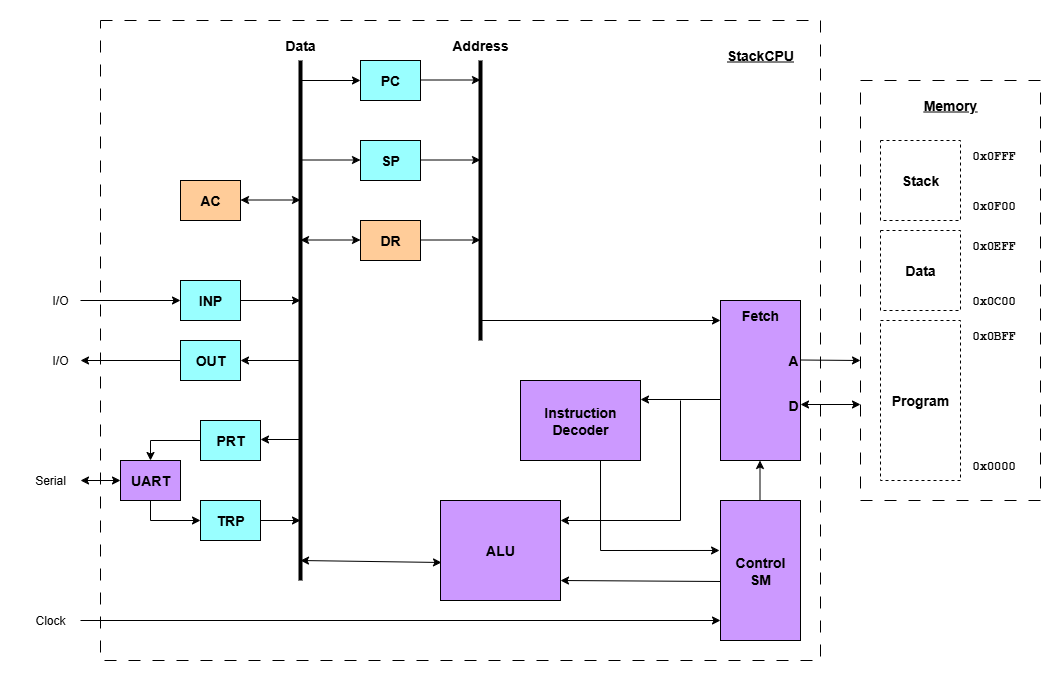
Earlier version of the draw.io export docs/StackCPU-Architecture.png (dervish77/StackCPU). Source tidied: cells renumbered, new cells last; positions are measured from the earlier drawing's top-left corner, leaving out a move shared by most shapes. The source it was exported from:
```xml
<mxGraphModel>
  <root>
    <mxCell id="0" />
    <mxCell id="1" parent="0" />
    <mxCell id="2" style="rounded=0;whiteSpace=wrap;html=1;dashed=1;dashPattern=12 12;" parent="1" vertex="1">
      <mxGeometry x="840" y="60" width="180" height="420" as="geometry" />
    </mxCell>
    <mxCell id="3" style="rounded=0;whiteSpace=wrap;html=1;dashed=1;dashPattern=12 12;" parent="1" vertex="1">
      <mxGeometry x="80" width="720" height="640" as="geometry" />
    </mxCell>
    <mxCell id="4" value="&lt;font style=&quot;font-size: 14px;&quot;&gt;&lt;b&gt;PC&lt;/b&gt;&lt;/font&gt;" style="rounded=0;whiteSpace=wrap;html=1;fillColor=#99FFFF;" parent="1" vertex="1">
      <mxGeometry x="340" y="40" width="60" height="40" as="geometry" />
    </mxCell>
    <mxCell id="5" value="&lt;font style=&quot;font-size: 14px;&quot;&gt;&lt;b&gt;Stack&lt;/b&gt;&lt;/font&gt;" style="rounded=0;whiteSpace=wrap;html=1;dashed=1;" parent="1" vertex="1">
      <mxGeometry x="860" y="120" width="80" height="80" as="geometry" />
    </mxCell>
    <mxCell id="6" value="&lt;font style=&quot;font-size: 14px;&quot;&gt;&lt;b&gt;Data&lt;/b&gt;&lt;/font&gt;" style="rounded=0;whiteSpace=wrap;html=1;dashed=1;" parent="1" vertex="1">
      <mxGeometry x="860" y="210" width="80" height="80" as="geometry" />
    </mxCell>
    <mxCell id="7" value="&lt;font style=&quot;font-size: 14px;&quot;&gt;&lt;b&gt;Program&lt;/b&gt;&lt;/font&gt;" style="rounded=0;whiteSpace=wrap;html=1;dashed=1;" parent="1" vertex="1">
      <mxGeometry x="860" y="300" width="80" height="160" as="geometry" />
    </mxCell>
    <mxCell id="8" value="&lt;b style=&quot;font-family: &amp;quot;Courier New&amp;quot;;&quot;&gt;0x0000&lt;/b&gt;" style="text;html=1;align=left;verticalAlign=middle;whiteSpace=wrap;rounded=0;imageAlign=right;" parent="1" vertex="1">
      <mxGeometry x="950" y="430" width="60" height="30" as="geometry" />
    </mxCell>
    <mxCell id="9" value="&lt;b style=&quot;font-family: &amp;quot;Courier New&amp;quot;;&quot;&gt;0x0BFF&lt;/b&gt;" style="text;html=1;align=left;verticalAlign=middle;whiteSpace=wrap;rounded=0;imageAlign=right;" parent="1" vertex="1">
      <mxGeometry x="950" y="300" width="60" height="30" as="geometry" />
    </mxCell>
    <mxCell id="10" value="&lt;b style=&quot;font-family: &amp;quot;Courier New&amp;quot;;&quot;&gt;0x0C00&lt;/b&gt;" style="text;html=1;align=left;verticalAlign=middle;whiteSpace=wrap;rounded=0;imageAlign=right;" parent="1" vertex="1">
      <mxGeometry x="950" y="265" width="60" height="30" as="geometry" />
    </mxCell>
    <mxCell id="11" value="&lt;b style=&quot;font-family: &amp;quot;Courier New&amp;quot;;&quot;&gt;0x0EFF&lt;/b&gt;" style="text;html=1;align=left;verticalAlign=middle;whiteSpace=wrap;rounded=0;imageAlign=right;" parent="1" vertex="1">
      <mxGeometry x="950" y="210" width="60" height="30" as="geometry" />
    </mxCell>
    <mxCell id="12" value="&lt;b style=&quot;font-family: &amp;quot;Courier New&amp;quot;;&quot;&gt;0x0F00&lt;/b&gt;" style="text;html=1;align=left;verticalAlign=middle;whiteSpace=wrap;rounded=0;imageAlign=right;" parent="1" vertex="1">
      <mxGeometry x="950" y="170" width="60" height="30" as="geometry" />
    </mxCell>
    <mxCell id="13" value="&lt;b style=&quot;font-family: &amp;quot;Courier New&amp;quot;;&quot;&gt;0x0FFF&lt;/b&gt;" style="text;html=1;align=left;verticalAlign=middle;whiteSpace=wrap;rounded=0;imageAlign=right;" parent="1" vertex="1">
      <mxGeometry x="950" y="120" width="60" height="30" as="geometry" />
    </mxCell>
    <mxCell id="14" value="&lt;font style=&quot;font-size: 14px;&quot;&gt;&lt;b&gt;SP&lt;/b&gt;&lt;/font&gt;" style="rounded=0;whiteSpace=wrap;html=1;fillColor=#99FFFF;" parent="1" vertex="1">
      <mxGeometry x="340" y="120" width="60" height="40" as="geometry" />
    </mxCell>
    <mxCell id="15" value="&lt;font style=&quot;font-size: 14px;&quot;&gt;&lt;b&gt;DR&lt;/b&gt;&lt;/font&gt;" style="rounded=0;whiteSpace=wrap;html=1;fillColor=#FFCC99;" parent="1" vertex="1">
      <mxGeometry x="340" y="200" width="60" height="40" as="geometry" />
    </mxCell>
    <mxCell id="16" value="&lt;font style=&quot;font-size: 14px;&quot;&gt;&lt;b&gt;AC&lt;/b&gt;&lt;/font&gt;" style="rounded=0;whiteSpace=wrap;html=1;fillColor=#FFCC99;" parent="1" vertex="1">
      <mxGeometry x="160" y="160" width="60" height="40" as="geometry" />
    </mxCell>
    <mxCell id="17" value="&lt;font style=&quot;font-size: 14px;&quot;&gt;&lt;b&gt;INP&lt;/b&gt;&lt;/font&gt;" style="rounded=0;whiteSpace=wrap;html=1;fillColor=#99FFFF;" parent="1" vertex="1">
      <mxGeometry x="160" y="260" width="60" height="40" as="geometry" />
    </mxCell>
    <mxCell id="18" value="&lt;font style=&quot;font-size: 14px;&quot;&gt;&lt;b&gt;OUT&lt;/b&gt;&lt;/font&gt;" style="rounded=0;whiteSpace=wrap;html=1;fillColor=#99FFFF;" parent="1" vertex="1">
      <mxGeometry x="160" y="320" width="60" height="40" as="geometry" />
    </mxCell>
    <mxCell id="19" value="&lt;font style=&quot;font-size: 14px;&quot;&gt;&lt;b&gt;PRT&lt;/b&gt;&lt;/font&gt;" style="rounded=0;whiteSpace=wrap;html=1;fillColor=#99FFFF;" parent="1" vertex="1">
      <mxGeometry x="180" y="400" width="60" height="40" as="geometry" />
    </mxCell>
    <mxCell id="20" value="&lt;font style=&quot;font-size: 14px;&quot;&gt;&lt;b&gt;ALU&lt;/b&gt;&lt;/font&gt;" style="rounded=0;whiteSpace=wrap;html=1;fillColor=#CC99FF;" parent="1" vertex="1">
      <mxGeometry x="420" y="480" width="120" height="100" as="geometry" />
    </mxCell>
    <mxCell id="21" value="&lt;font style=&quot;font-size: 14px;&quot;&gt;&lt;b&gt;Instruction&lt;/b&gt;&lt;/font&gt;&lt;div&gt;&lt;font style=&quot;font-size: 14px;&quot;&gt;&lt;b&gt;Decoder&lt;/b&gt;&lt;/font&gt;&lt;/div&gt;" style="rounded=0;whiteSpace=wrap;html=1;fillColor=#CC99FF;" parent="1" vertex="1">
      <mxGeometry x="500" y="360" width="120" height="80" as="geometry" />
    </mxCell>
    <mxCell id="22" value="&lt;font style=&quot;font-size: 14px;&quot;&gt;&lt;b&gt;Fetch&lt;/b&gt;&lt;/font&gt;" style="rounded=0;whiteSpace=wrap;html=1;verticalAlign=top;fillColor=#CC99FF;" parent="1" vertex="1">
      <mxGeometry x="700" y="280" width="80" height="160" as="geometry" />
    </mxCell>
    <mxCell id="23" value="&lt;font style=&quot;font-size: 14px;&quot;&gt;&lt;b&gt;Control&lt;/b&gt;&lt;/font&gt;&lt;div&gt;&lt;font style=&quot;font-size: 14px;&quot;&gt;&lt;b&gt;SM&lt;/b&gt;&lt;/font&gt;&lt;/div&gt;" style="rounded=0;whiteSpace=wrap;html=1;fillColor=#CC99FF;" parent="1" vertex="1">
      <mxGeometry x="700" y="480" width="80" height="140" as="geometry" />
    </mxCell>
    <mxCell id="24" style="endArrow=none;html=1;rounded=0;strokeWidth=4;" parent="1" edge="1">
      <mxGeometry relative="1" as="geometry">
        <mxPoint x="280" y="560" as="sourcePoint" />
        <mxPoint x="280" y="40" as="targetPoint" />
      </mxGeometry>
    </mxCell>
    <mxCell id="25" style="endArrow=none;html=1;rounded=0;strokeWidth=4;" parent="1" edge="1">
      <mxGeometry relative="1" as="geometry">
        <mxPoint x="460" y="320" as="sourcePoint" />
        <mxPoint x="460" y="40" as="targetPoint" />
      </mxGeometry>
    </mxCell>
    <mxCell id="26" value="&lt;font style=&quot;font-size: 14px;&quot;&gt;&lt;b&gt;Data&lt;/b&gt;&lt;/font&gt;" style="text;html=1;align=center;verticalAlign=middle;whiteSpace=wrap;rounded=0;" parent="1" vertex="1">
      <mxGeometry x="250" y="10" width="60" height="30" as="geometry" />
    </mxCell>
    <mxCell id="27" value="&lt;font style=&quot;font-size: 14px;&quot;&gt;&lt;b&gt;Address&lt;/b&gt;&lt;/font&gt;" style="text;html=1;align=center;verticalAlign=middle;whiteSpace=wrap;rounded=0;" parent="1" vertex="1">
      <mxGeometry x="430" y="10" width="60" height="30" as="geometry" />
    </mxCell>
    <mxCell id="28" style="endArrow=classic;html=1;rounded=0;entryX=0;entryY=0.5;entryDx=0;entryDy=0;" parent="1" edge="1" target="4">
      <mxGeometry relative="1" as="geometry">
        <mxPoint x="280" y="60" as="sourcePoint" />
      </mxGeometry>
    </mxCell>
    <mxCell id="29" style="endArrow=classic;html=1;rounded=0;entryX=0;entryY=0.5;entryDx=0;entryDy=0;" parent="1" edge="1">
      <mxGeometry relative="1" as="geometry">
        <mxPoint x="280" y="139.5" as="sourcePoint" />
        <mxPoint x="340" y="139.5" as="targetPoint" />
      </mxGeometry>
    </mxCell>
    <mxCell id="30" style="endArrow=classic;html=1;rounded=0;entryX=0;entryY=0.5;entryDx=0;entryDy=0;" parent="1" edge="1">
      <mxGeometry relative="1" as="geometry">
        <mxPoint x="400" y="59.5" as="sourcePoint" />
        <mxPoint x="460" y="59.5" as="targetPoint" />
      </mxGeometry>
    </mxCell>
    <mxCell id="31" style="endArrow=classic;html=1;rounded=0;entryX=0;entryY=0.5;entryDx=0;entryDy=0;" parent="1" edge="1">
      <mxGeometry relative="1" as="geometry">
        <mxPoint x="400" y="139.5" as="sourcePoint" />
        <mxPoint x="460" y="139.5" as="targetPoint" />
      </mxGeometry>
    </mxCell>
    <mxCell id="32" style="endArrow=classic;html=1;rounded=0;entryX=0;entryY=0.5;entryDx=0;entryDy=0;" parent="1" edge="1">
      <mxGeometry relative="1" as="geometry">
        <mxPoint x="400" y="219.5" as="sourcePoint" />
        <mxPoint x="460" y="219.5" as="targetPoint" />
      </mxGeometry>
    </mxCell>
    <mxCell id="33" style="endArrow=classic;html=1;rounded=0;" parent="1" edge="1">
      <mxGeometry relative="1" as="geometry">
        <mxPoint x="460" y="300" as="sourcePoint" />
        <mxPoint x="700" y="300" as="targetPoint" />
      </mxGeometry>
    </mxCell>
    <mxCell id="34" value="&lt;font style=&quot;font-size: 14px;&quot;&gt;&lt;b&gt;A&lt;/b&gt;&lt;/font&gt;" style="text;html=1;align=right;verticalAlign=middle;whiteSpace=wrap;rounded=0;" parent="1" vertex="1">
      <mxGeometry x="720" y="325" width="60" height="30" as="geometry" />
    </mxCell>
    <mxCell id="35" value="&lt;font style=&quot;font-size: 14px;&quot;&gt;&lt;b&gt;D&lt;/b&gt;&lt;/font&gt;" style="text;html=1;align=right;verticalAlign=middle;whiteSpace=wrap;rounded=0;" parent="1" vertex="1">
      <mxGeometry x="720" y="370" width="60" height="30" as="geometry" />
    </mxCell>
    <mxCell id="36" style="endArrow=classic;html=1;rounded=0;" parent="1" edge="1">
      <mxGeometry relative="1" as="geometry">
        <mxPoint x="780" y="339.5" as="sourcePoint" />
        <mxPoint x="840" y="340" as="targetPoint" />
      </mxGeometry>
    </mxCell>
    <mxCell id="37" style="endArrow=classic;startArrow=classic;html=1;rounded=0;" parent="1" edge="1">
      <mxGeometry relative="1" as="geometry">
        <mxPoint x="780" y="384" as="sourcePoint" />
        <mxPoint x="840" y="384" as="targetPoint" />
      </mxGeometry>
    </mxCell>
    <mxCell id="38" style="endArrow=classic;html=1;rounded=0;" parent="1" edge="1">
      <mxGeometry relative="1" as="geometry">
        <mxPoint x="280" y="340" as="sourcePoint" />
        <mxPoint x="220" y="340" as="targetPoint" />
      </mxGeometry>
    </mxCell>
    <mxCell id="39" style="endArrow=classic;html=1;rounded=0;entryX=0;entryY=0.5;entryDx=0;entryDy=0;" parent="1" edge="1">
      <mxGeometry relative="1" as="geometry">
        <mxPoint x="220" y="280" as="sourcePoint" />
        <mxPoint x="280" y="280" as="targetPoint" />
      </mxGeometry>
    </mxCell>
    <mxCell id="40" style="endArrow=classic;html=1;rounded=0;" parent="1" edge="1">
      <mxGeometry relative="1" as="geometry">
        <mxPoint x="280" y="419" as="sourcePoint" />
        <mxPoint x="240" y="419" as="targetPoint" />
      </mxGeometry>
    </mxCell>
    <mxCell id="41" style="endArrow=classic;startArrow=classic;html=1;rounded=0;" parent="1" edge="1">
      <mxGeometry relative="1" as="geometry">
        <mxPoint x="220" y="179.5" as="sourcePoint" />
        <mxPoint x="280" y="179.5" as="targetPoint" />
      </mxGeometry>
    </mxCell>
    <mxCell id="42" style="endArrow=classic;startArrow=classic;html=1;rounded=0;" parent="1" edge="1">
      <mxGeometry relative="1" as="geometry">
        <mxPoint x="280" y="219.5" as="sourcePoint" />
        <mxPoint x="340" y="219.5" as="targetPoint" />
      </mxGeometry>
    </mxCell>
    <mxCell id="43" style="endArrow=classic;html=1;rounded=0;" parent="1" edge="1">
      <mxGeometry relative="1" as="geometry">
        <mxPoint x="700" y="379" as="sourcePoint" />
        <mxPoint x="620" y="379" as="targetPoint" />
      </mxGeometry>
    </mxCell>
    <mxCell id="44" style="endArrow=classic;html=1;rounded=0;" parent="1" edge="1">
      <mxGeometry relative="1" as="geometry">
        <mxPoint x="700" y="561" as="sourcePoint" />
        <mxPoint x="540" y="560" as="targetPoint" />
      </mxGeometry>
    </mxCell>
    <mxCell id="45" style="endArrow=classic;html=1;rounded=0;" parent="1" edge="1">
      <mxGeometry relative="1" as="geometry">
        <mxPoint x="739.5" y="480" as="sourcePoint" />
        <mxPoint x="739.5" y="440" as="targetPoint" />
      </mxGeometry>
    </mxCell>
    <mxCell id="46" style="endArrow=classic;startArrow=classic;html=1;rounded=0;" parent="1" edge="1">
      <mxGeometry relative="1" as="geometry">
        <mxPoint x="280" y="540" as="sourcePoint" />
        <mxPoint x="421" y="542" as="targetPoint" />
      </mxGeometry>
    </mxCell>
    <mxCell id="47" style="endArrow=none;html=1;rounded=0;" parent="1" edge="1">
      <mxGeometry relative="1" as="geometry">
        <mxPoint x="660" y="500" as="sourcePoint" />
        <mxPoint x="660" y="380" as="targetPoint" />
      </mxGeometry>
    </mxCell>
    <mxCell id="48" style="endArrow=classic;html=1;rounded=0;" parent="1" edge="1">
      <mxGeometry relative="1" as="geometry">
        <mxPoint x="660" y="500" as="sourcePoint" />
        <mxPoint x="540" y="500" as="targetPoint" />
      </mxGeometry>
    </mxCell>
    <mxCell id="49" style="endArrow=classic;html=1;rounded=0;" parent="1" edge="1">
      <mxGeometry relative="1" as="geometry">
        <mxPoint x="160" y="340" as="sourcePoint" />
        <mxPoint x="60" y="340" as="targetPoint" />
      </mxGeometry>
    </mxCell>
    <mxCell id="50" style="endArrow=classic;html=1;rounded=0;entryX=0;entryY=0.5;entryDx=0;entryDy=0;" parent="1" edge="1" target="17">
      <mxGeometry relative="1" as="geometry">
        <mxPoint x="60" y="280" as="sourcePoint" />
      </mxGeometry>
    </mxCell>
    <mxCell id="51" value="&lt;font&gt;&lt;b&gt;&lt;u&gt;Memory&lt;/u&gt;&lt;/b&gt;&lt;/font&gt;" style="text;html=1;align=center;verticalAlign=middle;whiteSpace=wrap;rounded=0;fontSize=14;" parent="1" vertex="1">
      <mxGeometry x="900" y="70" width="60" height="30" as="geometry" />
    </mxCell>
    <mxCell id="52" value="I/O" style="text;html=1;align=center;verticalAlign=middle;whiteSpace=wrap;rounded=0;" parent="1" vertex="1">
      <mxGeometry x="10" y="265" width="60" height="30" as="geometry" />
    </mxCell>
    <mxCell id="53" value="I/O" style="text;html=1;align=center;verticalAlign=middle;whiteSpace=wrap;rounded=0;" parent="1" vertex="1">
      <mxGeometry x="10" y="325" width="60" height="30" as="geometry" />
    </mxCell>
    <mxCell id="54" value="Serial" style="text;html=1;align=center;verticalAlign=middle;whiteSpace=wrap;rounded=0;" parent="1" vertex="1">
      <mxGeometry y="445" width="60" height="30" as="geometry" />
    </mxCell>
    <mxCell id="55" value="&lt;font&gt;&lt;b&gt;&lt;u&gt;StackCPU&lt;/u&gt;&lt;/b&gt;&lt;/font&gt;" style="text;html=1;align=center;verticalAlign=middle;whiteSpace=wrap;rounded=0;fontSize=14;" parent="1" vertex="1">
      <mxGeometry x="710" y="20" width="60" height="30" as="geometry" />
    </mxCell>
    <mxCell id="56" style="endArrow=classic;html=1;rounded=0;exitX=1;exitY=0.5;exitDx=0;exitDy=0;" parent="1" edge="1" source="57">
      <mxGeometry relative="1" as="geometry">
        <mxPoint x="700" y="600" as="targetPoint" />
      </mxGeometry>
    </mxCell>
    <mxCell id="57" value="Clock" style="text;html=1;align=center;verticalAlign=middle;whiteSpace=wrap;rounded=0;" parent="1" vertex="1">
      <mxGeometry y="585" width="60" height="30" as="geometry" />
    </mxCell>
    <mxCell id="58" value="&lt;font style=&quot;font-size: 14px;&quot;&gt;&lt;b&gt;TRP&lt;/b&gt;&lt;/font&gt;" style="rounded=0;whiteSpace=wrap;html=1;fillColor=#99FFFF;" parent="1" vertex="1">
      <mxGeometry x="180" y="480" width="60" height="40" as="geometry" />
    </mxCell>
    <mxCell id="59" value="&lt;font style=&quot;font-size: 14px;&quot;&gt;&lt;b&gt;UART&lt;/b&gt;&lt;/font&gt;" style="rounded=0;whiteSpace=wrap;html=1;fillColor=#CC99FF;" parent="1" vertex="1">
      <mxGeometry x="100" y="440" width="60" height="40" as="geometry" />
    </mxCell>
    <mxCell id="60" style="endArrow=none;html=1;rounded=0;exitX=0;exitY=0.5;exitDx=0;exitDy=0;" parent="1" edge="1" source="19">
      <mxGeometry relative="1" as="geometry">
        <mxPoint x="130" y="420" as="targetPoint" />
      </mxGeometry>
    </mxCell>
    <mxCell id="61" style="endArrow=none;html=1;rounded=0;" parent="1" edge="1">
      <mxGeometry relative="1" as="geometry">
        <mxPoint x="130" y="500" as="sourcePoint" />
        <mxPoint x="130" y="480" as="targetPoint" />
      </mxGeometry>
    </mxCell>
    <mxCell id="62" style="endArrow=classic;html=1;rounded=0;entryX=0;entryY=0.5;entryDx=0;entryDy=0;" parent="1" edge="1" target="58">
      <mxGeometry relative="1" as="geometry">
        <mxPoint x="130" y="500" as="sourcePoint" />
      </mxGeometry>
    </mxCell>
    <mxCell id="63" style="endArrow=classic;html=1;rounded=0;" parent="1" edge="1">
      <mxGeometry relative="1" as="geometry">
        <mxPoint x="240" y="500" as="sourcePoint" />
        <mxPoint x="280" y="500" as="targetPoint" />
      </mxGeometry>
    </mxCell>
    <mxCell id="64" style="endArrow=classic;html=1;rounded=0;entryX=0.5;entryY=0;entryDx=0;entryDy=0;" parent="1" edge="1" target="59">
      <mxGeometry relative="1" as="geometry">
        <mxPoint x="130" y="420" as="sourcePoint" />
      </mxGeometry>
    </mxCell>
    <mxCell id="65" style="endArrow=classic;startArrow=classic;html=1;rounded=0;entryX=0;entryY=0.5;entryDx=0;entryDy=0;" parent="1" edge="1" target="59">
      <mxGeometry relative="1" as="geometry">
        <mxPoint x="60" y="460" as="sourcePoint" />
      </mxGeometry>
    </mxCell>
    <mxCell id="66" style="endArrow=classic;html=1;rounded=0;entryX=-0.012;entryY=0.357;entryDx=0;entryDy=0;entryPerimeter=0;" parent="1" edge="1" target="23">
      <mxGeometry relative="1" as="geometry">
        <mxPoint x="580" y="530" as="sourcePoint" />
      </mxGeometry>
    </mxCell>
    <mxCell id="67" style="endArrow=none;html=1;rounded=0;entryX=0.833;entryY=1;entryDx=0;entryDy=0;entryPerimeter=0;" parent="1" edge="1">
      <mxGeometry relative="1" as="geometry">
        <mxPoint x="580" y="530" as="sourcePoint" />
        <mxPoint x="580" y="440" as="targetPoint" />
      </mxGeometry>
    </mxCell>
  </root>
</mxGraphModel>
```
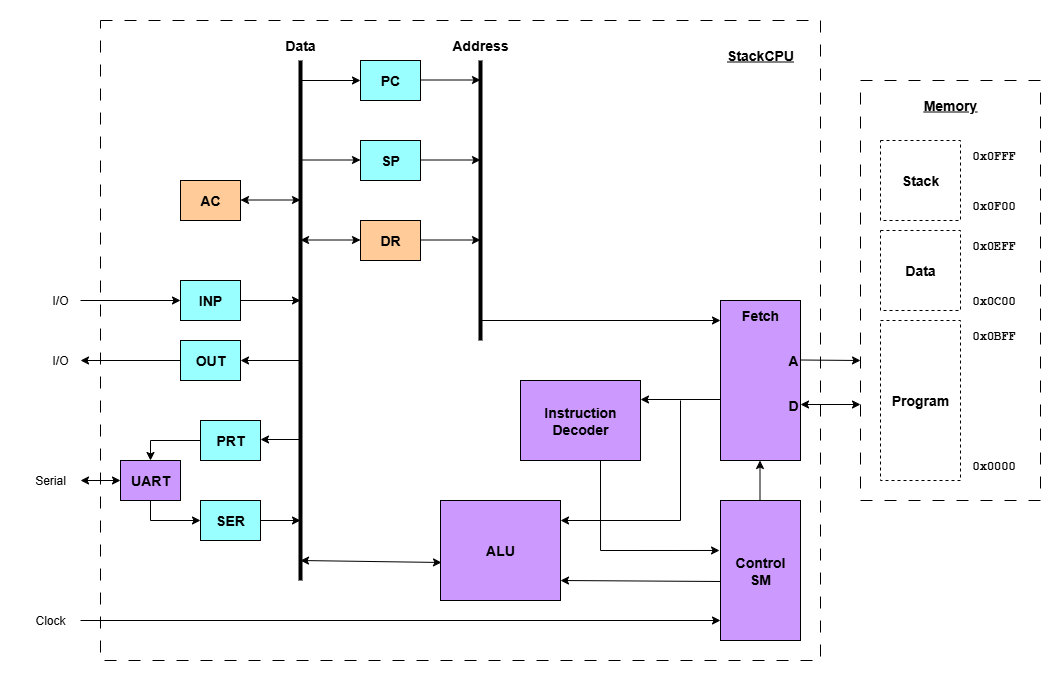
Later version of the same file.

Commit message:
renamed TRP to SER

Diff of the diagram source:
```diff
@@ -239,7 +239,7 @@
     <mxCell id="57" value="Clock" style="text;html=1;align=center;verticalAlign=middle;whiteSpace=wrap;rounded=0;" parent="1" vertex="1">
       <mxGeometry y="585" width="60" height="30" as="geometry" />
     </mxCell>
-    <mxCell id="58" value="&lt;font style=&quot;font-size: 14px;&quot;&gt;&lt;b&gt;TRP&lt;/b&gt;&lt;/font&gt;" style="rounded=0;whiteSpace=wrap;html=1;fillColor=#99FFFF;" parent="1" vertex="1">
+    <mxCell id="58" value="&lt;font style=&quot;font-size: 14px;&quot;&gt;&lt;b&gt;SER&lt;/b&gt;&lt;/font&gt;" style="rounded=0;whiteSpace=wrap;html=1;fillColor=#99FFFF;" parent="1" vertex="1">
       <mxGeometry x="180" y="480" width="60" height="40" as="geometry" />
     </mxCell>
     <mxCell id="59" value="&lt;font style=&quot;font-size: 14px;&quot;&gt;&lt;b&gt;UART&lt;/b&gt;&lt;/font&gt;" style="rounded=0;whiteSpace=wrap;html=1;fillColor=#CC99FF;" parent="1" vertex="1">
```
